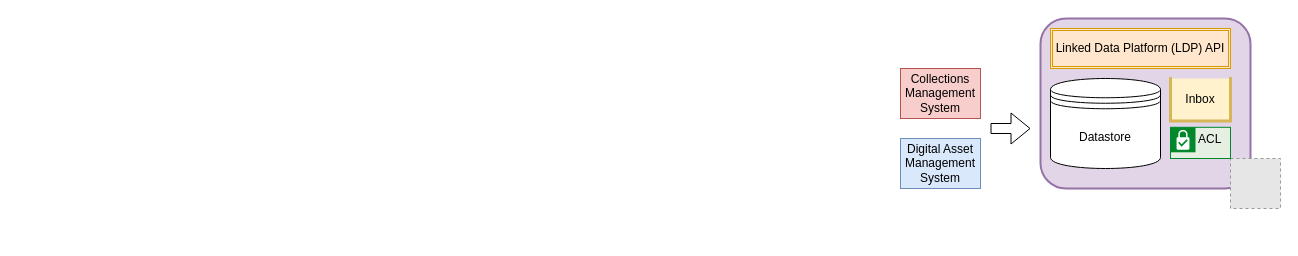
Above: page "Erfgoedpod" (1 of 9) of diagrams/erfgoedpod.drawio in ErfgoedPod/architecture (draw.io), before the change. Source tidied: cells renumbered, new cells numbered last; positions are measured from the earlier drawing's top-left corner, leaving out a move shared by most shapes. Both pictures are drawn from the tidied source at 100%, with x=0, y=0 at pixel (900, 18). Pictures stored in the file or linked from it are replaced by grey dashed boxes.
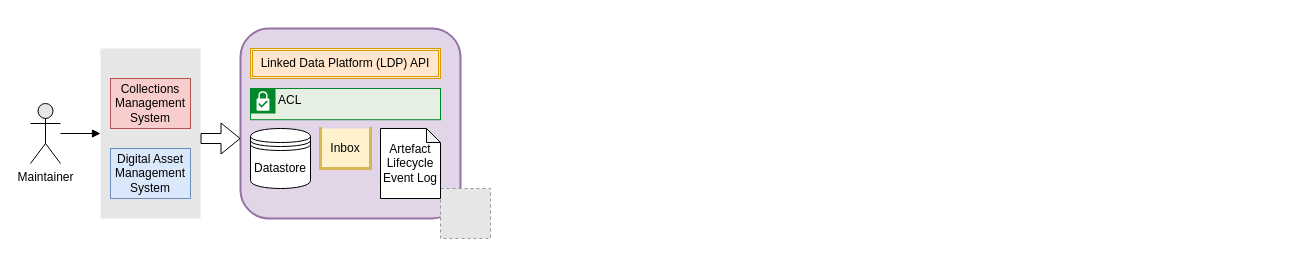
Above is the later version.

Commit message (it also covers changes not shown here):
Finalizes draft about lifecycle events

The edit, as a diff of the source:
```diff
@@
 <mxGraphModel>
   <root>
     <mxCell id="0" />
     <mxCell id="1" parent="0" />
-    <mxCell id="2" style="group;" parent="1" vertex="1">
-      <mxGeometry width="380" height="190" as="geometry" />
-    </mxCell>
+    <mxCell id="13" style="group;" parent="1" vertex="1">
+      <mxGeometry x="-790" y="10" width="380" height="190" as="geometry" />
+    </mxCell>
+    <mxCell id="14" style="rounded=0;whiteSpace=wrap;html=1;fillColor=#E6E6E6;strokeColor=none;" parent="13" vertex="1">
+      <mxGeometry x="-10" y="20" width="100" height="170" as="geometry" />
+    </mxCell>
-    <mxCell id="3" style="group;" parent="2" vertex="1">
+    <mxCell id="3" style="group;" parent="13" vertex="1">
       <mxGeometry x="140" width="240" height="190" as="geometry" />
     </mxCell>
-    <mxCell id="4" style="rounded=1;whiteSpace=wrap;html=1;strokeWidth=2;strokeColor=#9673a6;fillColor=#e1d5e7;" parent="3" vertex="1">
-      <mxGeometry width="210" height="170" as="geometry" />
-    </mxCell>
+    <mxCell id="15" style="rounded=1;whiteSpace=wrap;html=1;strokeWidth=2;strokeColor=#9673a6;fillColor=#e1d5e7;" parent="3" vertex="1">
+      <mxGeometry x="-10" width="220" height="190" as="geometry" />
+    </mxCell>
-    <mxCell id="5" value="Inbox" style="shape=partialRectangle;whiteSpace=wrap;html=1;bottom=1;right=1;left=1;top=0;fillColor=#fff2cc;routingCenterX=-0.5;strokeColor=#d6b656;strokeWidth=3;" parent="3" vertex="1">
-      <mxGeometry x="130" y="60" width="60" height="42.5" as="geometry" />
+    <mxCell id="5" value="Inbox" style="shape=partialRectangle;whiteSpace=wrap;html=1;bottom=1;right=1;left=1;top=0;fillColor=#fff2cc;routingCenterX=-0.5;strokeColor=#d6b656;strokeWidth=3;rotation=0;" parent="3" vertex="1">
+      <mxGeometry x="70" y="100" width="50" height="40" as="geometry" />
     </mxCell>
-    <mxCell id="6" value="Datastore" style="shape=datastore;rounded=0;whiteSpace=wrap;html=1;verticalAlign=middle;" parent="3" vertex="1">
-      <mxGeometry x="10" y="60" width="110" height="90" as="geometry" />
-    </mxCell>
-    <mxCell id="7" style="fillColor=#E6E6E6;strokeColor=#999999;dashed=1;verticalLabelPosition=bottom;labelBackgroundColor=#ffffff;verticalAlign=top;" parent="3" vertex="1">
-      <mxGeometry x="190" y="140" width="50" height="50" as="geometry" />
-    </mxCell>
+    <mxCell id="16" style="fillColor=#E6E6E6;strokeColor=#999999;dashed=1;verticalLabelPosition=bottom;labelBackgroundColor=#ffffff;verticalAlign=top;" parent="3" vertex="1">
+      <mxGeometry x="190" y="160" width="50" height="50" as="geometry" />
+    </mxCell>
     <mxCell id="8" value="Linked Data Platform (LDP) API" style="shape=ext;double=1;rounded=0;whiteSpace=wrap;html=1;fillColor=#ffe6cc;strokeColor=#d79b00;" parent="3" vertex="1">
-      <mxGeometry x="10" y="10" width="180" height="40" as="geometry" />
+      <mxGeometry y="20" width="190" height="30" as="geometry" />
     </mxCell>
     <mxCell id="9" value="ACL" style="shape=mxgraph.ibm.box;prType=subnet;fontStyle=0;verticalAlign=top;align=left;spacingLeft=32;spacingTop=4;fillColor=#E6F0E2;rounded=0;whiteSpace=wrap;html=1;strokeColor=#00882B;strokeWidth=1;dashed=0;spacing=-4;" parent="3" vertex="1">
-      <mxGeometry x="130" y="108.8" width="60" height="31.2" as="geometry" />
+      <mxGeometry y="60" width="190" height="31.2" as="geometry" />
     </mxCell>
+    <mxCell id="17" value="&lt;div&gt;Artefact&lt;/div&gt;&lt;div&gt;Lifecycle&lt;/div&gt;&lt;div&gt;Event Log&lt;br&gt;&lt;/div&gt;" style="shape=note;whiteSpace=wrap;html=1;backgroundOutline=1;darkOpacity=0.05;size=14;" parent="3" vertex="1">
+      <mxGeometry x="130" y="100" width="60" height="70" as="geometry" />
+    </mxCell>
+    <mxCell id="6" value="Datastore" style="shape=datastore;rounded=0;whiteSpace=wrap;html=1;verticalAlign=middle;" parent="3" vertex="1">
+      <mxGeometry y="100" width="60" height="60" as="geometry" />
+    </mxCell>
-    <mxCell id="10" value="&lt;div&gt;Collections &lt;br&gt;Management&lt;/div&gt;&lt;div&gt;System&lt;/div&gt;" style="whiteSpace=wrap;html=1;fillColor=#f8cecc;strokeColor=#b85450;" parent="2" vertex="1">
+    <mxCell id="10" value="&lt;div&gt;Collections &lt;br&gt;Management&lt;/div&gt;&lt;div&gt;System&lt;/div&gt;" style="whiteSpace=wrap;html=1;fillColor=#f8cecc;strokeColor=#b85450;" parent="13" vertex="1">
       <mxGeometry y="50" width="80" height="50" as="geometry" />
     </mxCell>
-    <mxCell id="11" value="Digital Asset Management&lt;br&gt;System" style="whiteSpace=wrap;html=1;fillColor=#dae8fc;strokeColor=#6c8ebf;" parent="2" vertex="1">
+    <mxCell id="11" value="Digital Asset Management&lt;br&gt;System" style="whiteSpace=wrap;html=1;fillColor=#dae8fc;strokeColor=#6c8ebf;" parent="13" vertex="1">
       <mxGeometry y="120" width="80" height="50" as="geometry" />
     </mxCell>
-    <mxCell id="12" style="shape=flexArrow;endArrow=classic;html=1;" parent="2" edge="1">
-      <mxGeometry relative="1" as="geometry">
-        <mxPoint x="90" y="110" as="sourcePoint" />
-        <mxPoint x="130" y="110" as="targetPoint" />
-      </mxGeometry>
-    </mxCell>
+    <mxCell id="18" style="shape=flexArrow;endArrow=classic;html=1;" parent="13" edge="1">
+      <mxGeometry relative="1" as="geometry">
+        <mxPoint x="90" y="110" as="sourcePoint" />
+        <mxPoint x="130" y="110" as="targetPoint" />
+      </mxGeometry>
+    </mxCell>
+    <mxCell id="19" style="edgeStyle=orthogonalEdgeStyle;rounded=0;jettySize=auto;html=1;entryX=0;entryY=0.5;entryDx=0;entryDy=0;endArrow=block;endFill=1;" parent="1" edge="1" source="20" target="14">
+      <mxGeometry relative="1" as="geometry" />
+    </mxCell>
+    <mxCell id="20" value="Maintainer" style="shape=umlActor;verticalLabelPosition=bottom;verticalAlign=top;html=1;outlineConnect=0;fillColor=#E6E6E6;" parent="1" vertex="1">
+      <mxGeometry x="-870" y="85" width="30" height="60" as="geometry" />
+    </mxCell>
   </root>
 </mxGraphModel>
```
